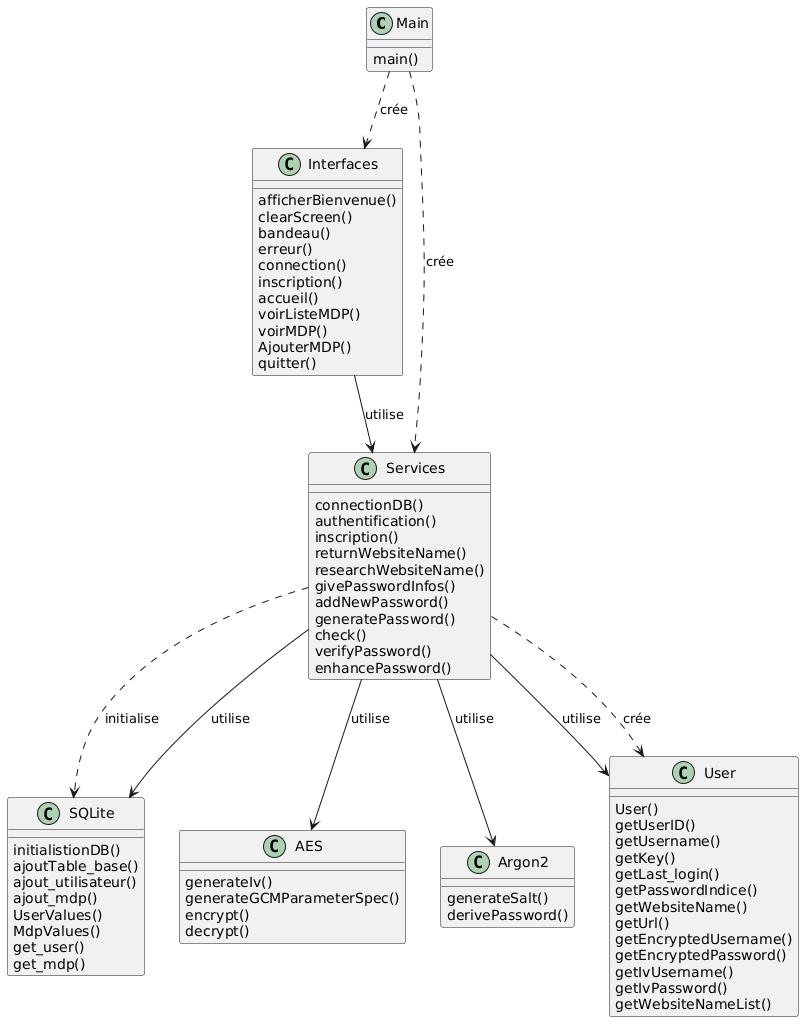
Earlier version of the PlantUML export docs/img/plantUML.png (Axel-Cfr/JavaPass).
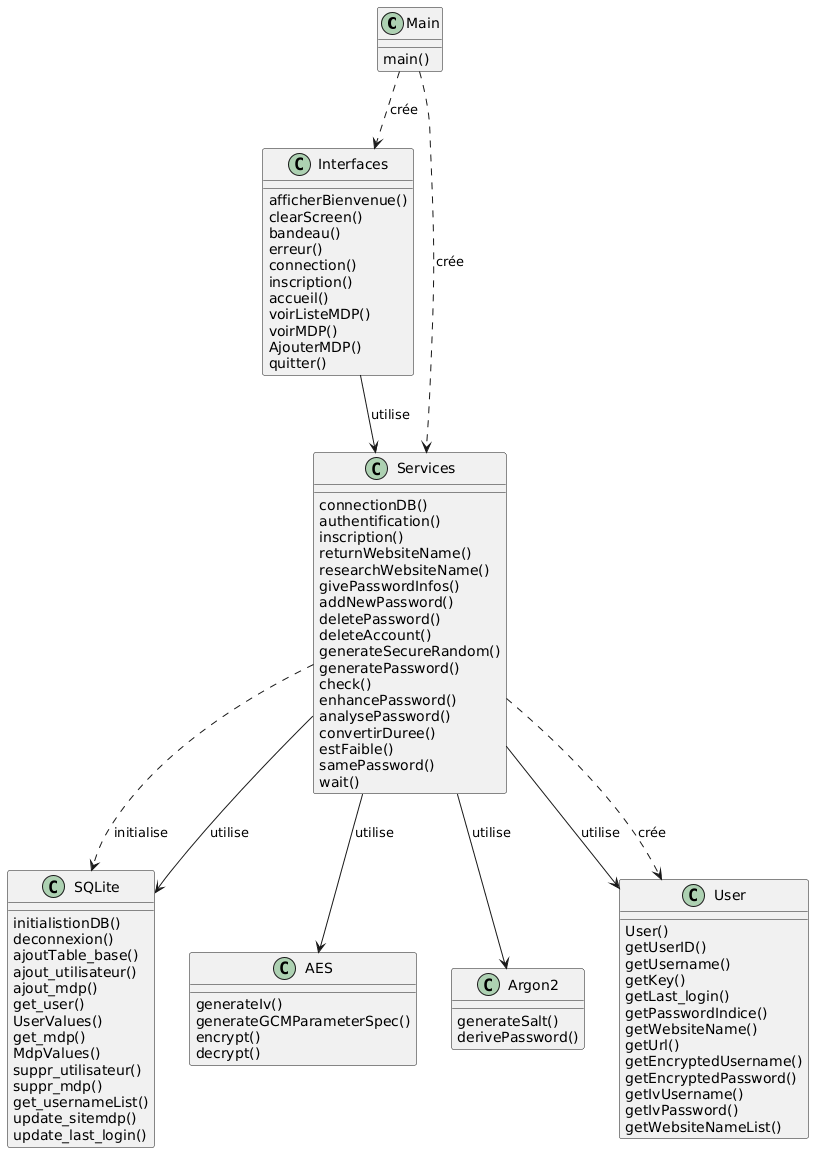
After the change.

Commit message:
Correctifs SQLite + debut doc technique+ plan UML

What changed in the source:
```diff
@@ -38,19 +38,32 @@
 Services : researchWebsiteName()
 Services : givePasswordInfos()
 Services : addNewPassword()
+Services : deletePassword()
+Services : deleteAccount()
+Services : generateSecureRandom()
 Services : generatePassword()
 Services : check()
-Services : verifyPassword()
 Services : enhancePassword()
+Services : analysePassword()
+Services : convertirDuree()
+Services : estFaible()
+Services : samePassword()
+Services : wait()
 
 SQLite : initialistionDB()
+SQLite : deconnexion()
 SQLite : ajoutTable_base()
 SQLite : ajout_utilisateur()
 SQLite : ajout_mdp()
+SQLite : get_user()
 SQLite : UserValues()
+SQLite : get_mdp()
 SQLite : MdpValues()
-SQLite : get_user()
-SQLite : get_mdp()
+SQLite : suppr_utilisateur()
+SQLite : suppr_mdp()
+SQLite : get_usernameList()
+SQLite : update_sitemdp()
+SQLite : update_last_login()
 
 AES : generateIv()
 AES : generateGCMParameterSpec()
```
